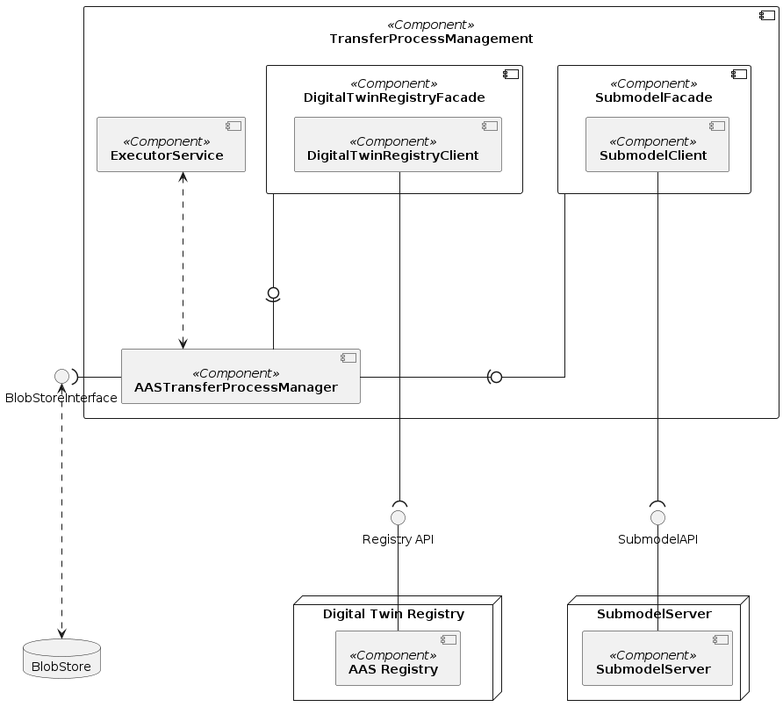
Above: docs/assets/arc42/arc42_006.png in catenax-ng/tx-item-relationship-service (PlantUML), before the change.
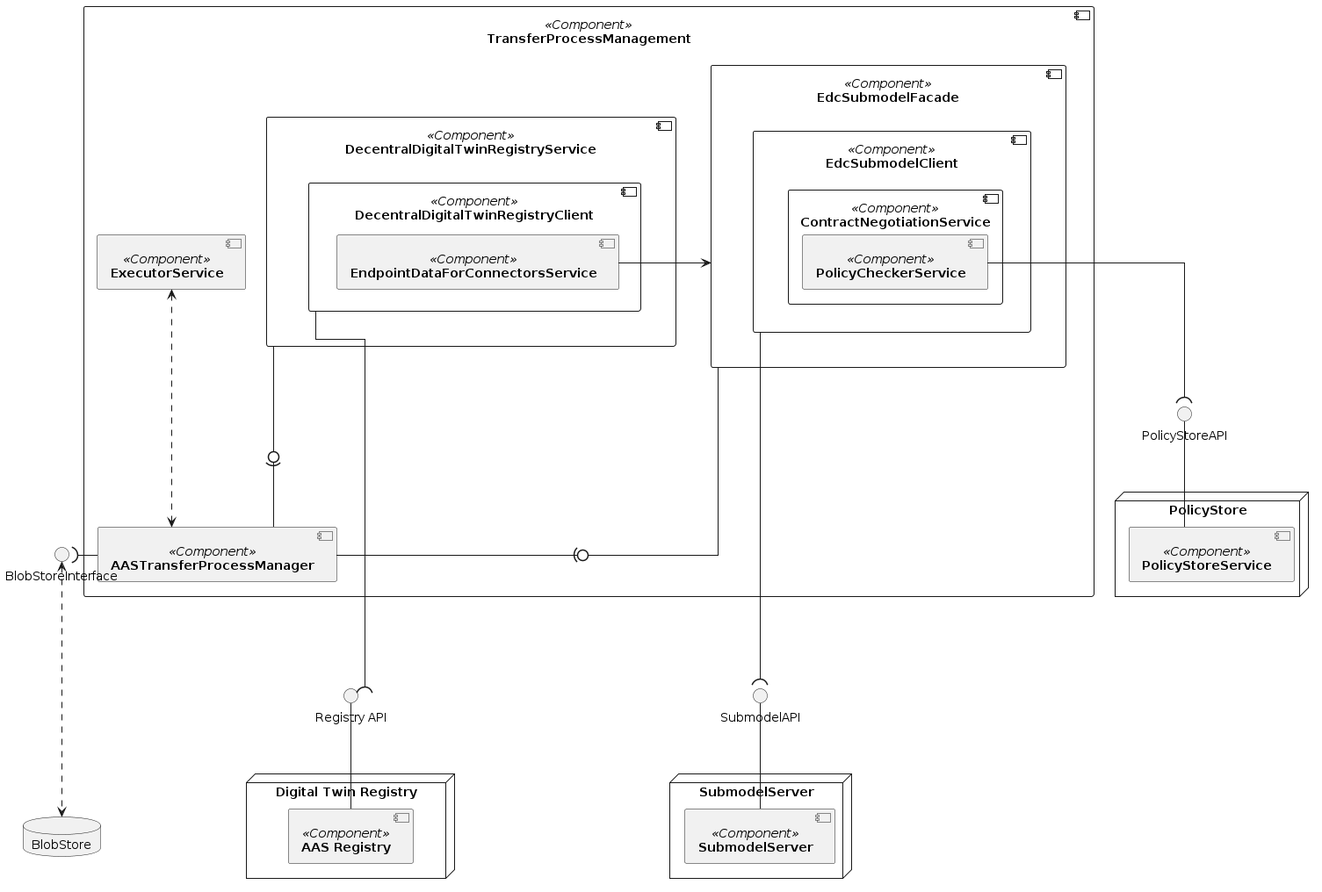
After the commit.

What changed in the source:
```diff
@@ -9,13 +9,23 @@
 
 component [**TransferProcessManagement**] <<Component>> as TransferProcessManagement {
     component [**AASTransferProcessManager**] <<Component>> as TransferProcessManager
-    component [**DigitalTwinRegistryFacade**] <<Component>> as DTRFacade {
-        component [**DigitalTwinRegistryClient**] <<Component>> as DTRClient
+    component [**DecentralDigitalTwinRegistryService**] <<Component>> as DTRService {
+        component [**DecentralDigitalTwinRegistryClient**] <<Component>> as DTRClient {
+            component [**EndpointDataForConnectorsService**] <<Component>> as EndpointDataForConnectorsService
+        }
     }
-    component [**SubmodelFacade**] <<Component>> as SubmodelFacade {
-        component [**SubmodelClient**] <<Component>> as SubmodelClient
+    component [**EdcSubmodelFacade**] <<Component>> as SubmodelFacade {
+        component [**EdcSubmodelClient**] <<Component>> as SubmodelClient {
+            component [**ContractNegotiationService**]  <<Component>> as ContractNegotiationService {
+                [**PolicyCheckerService**] <<Component>> as PolicyCheckerService
+            }
+        }
     }
     component [**ExecutorService**] <<Component>> as ExecutorService
+}
+
+node PolicyStore {
+    [**PolicyStoreService**] <<Component>> as PolicyStoreService
 }
 
 node "Digital Twin Registry" {
@@ -26,8 +36,7 @@
     [**SubmodelServer**] <<Component>> as SMS
 }
 
-
-DTRFacade --0)- TransferProcessManager
+DTRService --0)- TransferProcessManager
 SubmodelFacade --0)- TransferProcessManager
 ExecutorService <...> TransferProcessManager
 
@@ -39,6 +48,10 @@
 interface "SubmodelAPI" as SMSAPI
 SMSAPI -- SMS
 SubmodelClient ----( SMSAPI
+interface "PolicyStoreAPI" as PolicyStoreAPI
+PolicyCheckerService --(  PolicyStoreAPI
+PolicyStoreAPI -- PolicyStoreService
+EndpointDataForConnectorsService -> SubmodelFacade
 
 database BlobStore
 TransferProcessManager -left-( BlobStoreInterface
```
